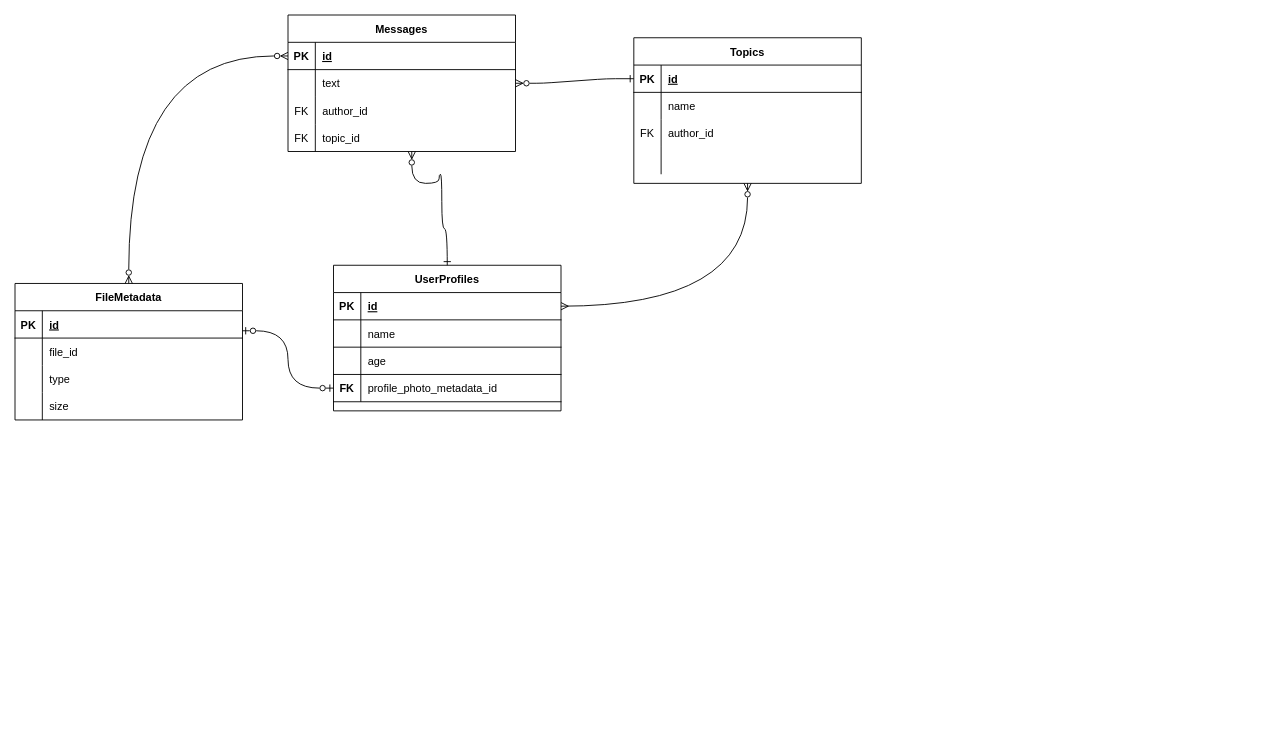
This is Forum.drawio from Roboskeletron/fourm-web-app, a draw.io file, before an edit. Source tidied: cells renumbered, new cells numbered last; positions are measured from the earlier drawing's top-left corner, leaving out a move shared by most shapes. Both pictures are drawn from the tidied source at 91%, with x=0, y=0 at pixel (15, 15).
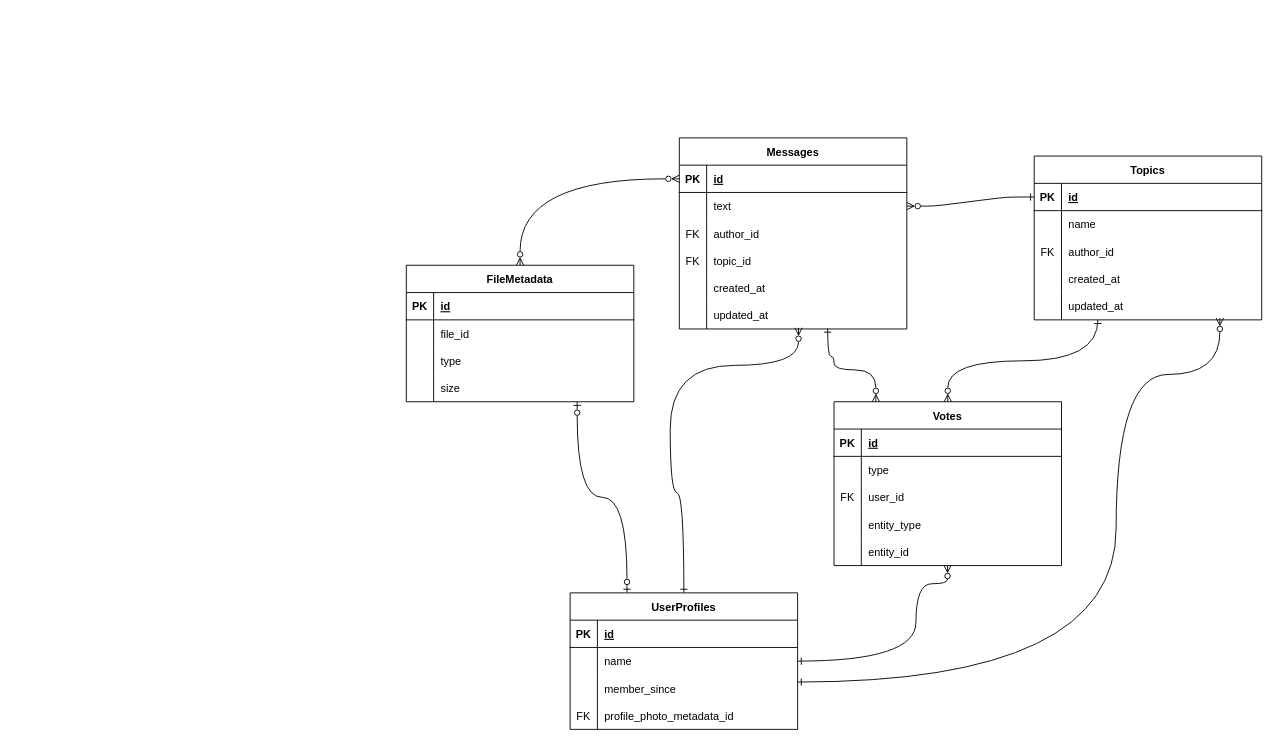
The same diagram, later.

Commit message:
ER diagram finished, Votes entity added

The change refers to these unchanged cells:
```xml
<mxCell id="12" style="shape=partialRectangle;fillColor=none;top=0;left=0;right=0;bottom=0;" parent="2" vertex="1">
  <mxGeometry y="120" width="250" height="30" as="geometry" />
</mxCell>
<mxCell id="25" style="shape=partialRectangle;fillColor=none;points=[[0,0.5],[1,0.5]];portConstraint=eastwest;top=0;left=0;right=0;bottom=0;" parent="15" vertex="1">
  <mxGeometry y="120" width="250" height="30" as="geometry" />
</mxCell>
<mxCell id="30" style="shape=partialRectangle;fillColor=none;points=[[0,0.5],[1,0.5]];portConstraint=eastwest;top=0;left=0;right=0;bottom=1;" parent="29" vertex="1">
  <mxGeometry y="30" width="250" height="30" as="geometry" />
</mxCell>
<mxCell id="39" style="shape=partialRectangle;fillColor=none;points=[[0,0.5],[1,0.5]];portConstraint=eastwest;top=0;left=0;right=0;bottom=0;" parent="29" vertex="1">
  <mxGeometry y="120" width="250" height="30" as="geometry" />
</mxCell>
```

Diff of the diagram source:
```diff
@@
     <mxCell id="2" value="Topics" style="shape=table;startSize=30;childLayout=tableLayout;rowLines=0;fontStyle=1;align=center;" parent="1" vertex="1">
-      <mxGeometry x="680" y="25" width="250" height="160" as="geometry" />
+      <mxGeometry x="1120" y="155" width="250" height="180" as="geometry" />
     </mxCell>
@@
-    <mxCell id="14" style="shape=partialRectangle;overflow=hidden;fillColor=none;top=0;left=0;bottom=0;right=0;align=left;spacingLeft=6;" parent="12" vertex="1">
+    <mxCell id="14" value="created_at" style="shape=partialRectangle;overflow=hidden;fillColor=none;top=0;left=0;bottom=0;right=0;align=left;spacingLeft=6;" parent="12" vertex="1">
       <mxGeometry x="30" width="220" height="30" as="geometry" />
     </mxCell>
+    <mxCell id="59" style="shape=partialRectangle;fillColor=none;points=[[0,0.5],[1,0.5]];portConstraint=eastwest;top=0;left=0;right=0;bottom=0;" parent="2" vertex="1">
+      <mxGeometry y="150" width="250" height="30" as="geometry" />
+    </mxCell>
+    <mxCell id="60" style="shape=partialRectangle;overflow=hidden;fillColor=none;top=0;left=0;bottom=0;right=0;" parent="59" vertex="1">
+      <mxGeometry width="30" height="30" as="geometry" />
+    </mxCell>
+    <mxCell id="61" value="updated_at" style="shape=partialRectangle;overflow=hidden;fillColor=none;top=0;left=0;bottom=0;right=0;align=left;spacingLeft=6;" parent="59" vertex="1">
+      <mxGeometry x="30" width="220" height="30" as="geometry" />
+    </mxCell>
     <mxCell id="15" value="Messages" style="shape=table;startSize=30;childLayout=tableLayout;rowLines=0;fontStyle=1;align=center;" parent="1" vertex="1">
-      <mxGeometry x="300" width="250" height="150" as="geometry" />
+      <mxGeometry x="730" y="135" width="250" height="210" as="geometry" />
     </mxCell>
@@
+    <mxCell id="62" style="shape=partialRectangle;fillColor=none;top=0;left=0;right=0;bottom=0;" parent="15" vertex="1">
+      <mxGeometry y="150" width="250" height="30" as="geometry" />
+    </mxCell>
+    <mxCell id="63" style="shape=partialRectangle;overflow=hidden;fillColor=none;top=0;left=0;bottom=0;right=0;" parent="62" vertex="1">
+      <mxGeometry width="30" height="30" as="geometry" />
+    </mxCell>
+    <mxCell id="64" value="created_at" style="shape=partialRectangle;overflow=hidden;fillColor=none;top=0;left=0;bottom=0;right=0;align=left;spacingLeft=6;" parent="62" vertex="1">
+      <mxGeometry x="30" width="220" height="30" as="geometry" />
+    </mxCell>
+    <mxCell id="65" style="shape=partialRectangle;fillColor=none;points=[[0,0.5],[1,0.5]];portConstraint=eastwest;top=0;left=0;right=0;bottom=0;" parent="15" vertex="1">
+      <mxGeometry y="180" width="250" height="30" as="geometry" />
+    </mxCell>
+    <mxCell id="66" style="shape=partialRectangle;overflow=hidden;fillColor=none;top=0;left=0;bottom=0;right=0;" parent="65" vertex="1">
+      <mxGeometry width="30" height="30" as="geometry" />
+    </mxCell>
+    <mxCell id="67" value="updated_at" style="shape=partialRectangle;overflow=hidden;fillColor=none;top=0;left=0;bottom=0;right=0;align=left;spacingLeft=6;" parent="65" vertex="1">
+      <mxGeometry x="30" width="220" height="30" as="geometry" />
+    </mxCell>
@@
     <mxCell id="29" value="FileMetadata" style="shape=table;startSize=30;childLayout=tableLayout;rowLines=0;fontStyle=1;align=center;" parent="1" vertex="1">
-      <mxGeometry y="295" width="250" height="150" as="geometry" />
+      <mxGeometry x="430" y="275" width="250" height="150" as="geometry" />
     </mxCell>
@@
-    <mxCell id="43" value="UserProfiles" style="shape=table;startSize=30;childLayout=tableLayout;rowLines=0;fontStyle=1;align=center;" parent="1" vertex="1">
-      <mxGeometry x="350" y="275" width="250" height="160" as="geometry" />
-    </mxCell>
-    <mxCell id="44" style="shape=partialRectangle;fillColor=none;points=[[0,0.5],[1,0.5]];portConstraint=eastwest;top=0;left=0;right=0;bottom=1;" parent="43" vertex="1">
-      <mxGeometry y="30" width="250" height="30" as="geometry" />
-    </mxCell>
-    <mxCell id="45" value="PK" style="shape=partialRectangle;overflow=hidden;fillColor=none;top=0;left=0;bottom=0;right=0;fontStyle=1;" parent="44" vertex="1">
-      <mxGeometry width="30" height="30" as="geometry" />
-    </mxCell>
-    <mxCell id="46" value="id" style="shape=partialRectangle;overflow=hidden;fillColor=none;top=0;left=0;bottom=0;right=0;align=left;spacingLeft=6;fontStyle=5;" parent="44" vertex="1">
-      <mxGeometry x="30" width="220" height="30" as="geometry" />
-    </mxCell>
-    <mxCell id="47" style="shape=partialRectangle;fillColor=none;top=0;left=0;right=0;bottom=1;" parent="43" vertex="1">
-      <mxGeometry y="60" width="250" height="30" as="geometry" />
-    </mxCell>
-    <mxCell id="48" style="shape=partialRectangle;overflow=hidden;fillColor=none;top=0;left=0;bottom=0;right=0;fontStyle=1;" parent="47" vertex="1">
-      <mxGeometry width="30" height="30" as="geometry" />
-    </mxCell>
-    <mxCell id="49" value="name" style="shape=partialRectangle;overflow=hidden;fillColor=none;top=0;left=0;bottom=0;right=0;align=left;spacingLeft=6;fontStyle=0;" parent="47" vertex="1">
-      <mxGeometry x="30" width="220" height="30" as="geometry" />
-    </mxCell>
-    <mxCell id="50" style="shape=partialRectangle;fillColor=none;top=0;left=0;right=0;bottom=1;" parent="43" vertex="1">
-      <mxGeometry y="90" width="250" height="30" as="geometry" />
-    </mxCell>
-    <mxCell id="51" style="shape=partialRectangle;overflow=hidden;fillColor=none;top=0;left=0;bottom=0;right=0;fontStyle=1;" parent="50" vertex="1">
-      <mxGeometry width="30" height="30" as="geometry" />
-    </mxCell>
-    <mxCell id="52" value="age" style="shape=partialRectangle;overflow=hidden;fillColor=none;top=0;left=0;bottom=0;right=0;align=left;spacingLeft=6;fontStyle=0;" parent="50" vertex="1">
-      <mxGeometry x="30" width="220" height="30" as="geometry" />
-    </mxCell>
-    <mxCell id="53" style="shape=partialRectangle;fillColor=none;points=[[0,0.5],[1,0.5]];portConstraint=eastwest;top=0;left=0;right=0;bottom=1;" parent="43" vertex="1">
-      <mxGeometry y="120" width="250" height="30" as="geometry" />
-    </mxCell>
-    <mxCell id="54" value="FK" style="shape=partialRectangle;overflow=hidden;fillColor=none;top=0;left=0;bottom=0;right=0;fontStyle=1;" parent="53" vertex="1">
-      <mxGeometry width="30" height="30" as="geometry" />
-    </mxCell>
-    <mxCell id="55" value="profile_photo_metadata_id" style="shape=partialRectangle;overflow=hidden;fillColor=none;top=0;left=0;bottom=0;right=0;align=left;spacingLeft=6;fontStyle=0;" parent="53" vertex="1">
-      <mxGeometry x="30" width="220" height="30" as="geometry" />
-    </mxCell>
-    <mxCell id="56" style="fontSize=12;html=1;endArrow=ERzeroToMany;startArrow=ERmany;rounded=0;entryX=0.5;entryY=1;entryDx=0;entryDy=0;exitX=1;exitY=0.5;exitDx=0;exitDy=0;startFill=0;endFill=0;edgeStyle=orthogonalEdgeStyle;curved=1;" parent="1" edge="1" source="44" target="2">
-      <mxGeometry relative="1" as="geometry" />
+    <mxCell id="56" style="fontSize=12;html=1;endArrow=ERzeroToMany;startArrow=ERone;rounded=0;exitX=1;exitY=0.267;exitDx=0;exitDy=0;startFill=0;endFill=0;edgeStyle=orthogonalEdgeStyle;curved=1;entryX=0.816;entryY=0.933;entryDx=0;entryDy=0;entryPerimeter=0;exitPerimeter=0;" parent="1" edge="1" source="73" target="59">
+      <mxGeometry relative="1" as="geometry">
+        <Array as="points">
+          <mxPoint x="1210" y="733" />
+          <mxPoint x="1210" y="395" />
+          <mxPoint x="1324" y="395" />
+        </Array>
+      </mxGeometry>
     </mxCell>
-    <mxCell id="57" style="fontSize=12;html=1;endArrow=ERzeroToOne;startArrow=ERzeroToOne;rounded=0;exitX=0.998;exitY=0.733;exitDx=0;exitDy=0;startFill=0;endFill=0;edgeStyle=orthogonalEdgeStyle;curved=1;exitPerimeter=0;entryX=0;entryY=0.5;entryDx=0;entryDy=0;" parent="1" edge="1" source="30" target="53">
+    <mxCell id="57" style="fontSize=12;html=1;endArrow=ERzeroToOne;startArrow=ERzeroToOne;rounded=0;exitX=0.751;exitY=1;exitDx=0;exitDy=0;startFill=0;endFill=0;edgeStyle=orthogonalEdgeStyle;curved=1;exitPerimeter=0;entryX=0.25;entryY=0;entryDx=0;entryDy=0;" parent="1" edge="1" source="39" target="43">
       <mxGeometry relative="1" as="geometry" />
     </mxCell>
-    <mxCell id="58" style="fontSize=12;html=1;endArrow=ERzeroToMany;startArrow=ERone;rounded=0;exitX=0.5;exitY=0;exitDx=0;exitDy=0;startFill=0;endFill=0;edgeStyle=orthogonalEdgeStyle;curved=1;entryX=0.544;entryY=1;entryDx=0;entryDy=0;entryPerimeter=0;" parent="1" edge="1" source="43" target="25">
+    <mxCell id="58" style="fontSize=12;html=1;endArrow=ERzeroToMany;startArrow=ERone;rounded=0;exitX=0.5;exitY=0;exitDx=0;exitDy=0;startFill=0;endFill=0;edgeStyle=orthogonalEdgeStyle;curved=1;entryX=0.524;entryY=0.956;entryDx=0;entryDy=0;entryPerimeter=0;" parent="1" edge="1" source="43" target="65">
       <mxGeometry relative="1" as="geometry">
         <Array as="points">
-          <mxPoint x="475" y="235" />
-          <mxPoint x="469" y="235" />
-          <mxPoint x="469" y="175" />
-          <mxPoint x="466" y="175" />
-          <mxPoint x="466" y="185" />
+          <mxPoint x="720" y="525" />
+          <mxPoint x="720" y="385" />
+          <mxPoint x="861" y="385" />
         </Array>
       </mxGeometry>
     </mxCell>
+    <mxCell id="43" value="UserProfiles" style="shape=table;startSize=30;childLayout=tableLayout;rowLines=0;fontStyle=1;align=center;" parent="1" vertex="1">
+      <mxGeometry x="610" y="635" width="250" height="150" as="geometry" />
+    </mxCell>
+    <mxCell id="68" style="shape=partialRectangle;fillColor=none;top=0;left=0;right=0;bottom=1;" parent="43" vertex="1">
+      <mxGeometry y="30" width="250" height="30" as="geometry" />
+    </mxCell>
+    <mxCell id="69" value="PK" style="shape=partialRectangle;overflow=hidden;fillColor=none;top=0;left=0;bottom=0;right=0;fontStyle=1;" parent="68" vertex="1">
+      <mxGeometry width="30" height="30" as="geometry" />
+    </mxCell>
+    <mxCell id="70" value="id" style="shape=partialRectangle;overflow=hidden;fillColor=none;top=0;left=0;bottom=0;right=0;align=left;spacingLeft=6;fontStyle=5;" parent="68" vertex="1">
+      <mxGeometry x="30" width="220" height="30" as="geometry" />
+    </mxCell>
+    <mxCell id="71" style="shape=partialRectangle;fillColor=none;points=[[0,0.5],[1,0.5]];portConstraint=eastwest;top=0;left=0;right=0;bottom=0;" parent="43" vertex="1">
+      <mxGeometry y="60" width="250" height="30" as="geometry" />
+    </mxCell>
+    <mxCell id="72" style="shape=partialRectangle;overflow=hidden;fillColor=none;top=0;left=0;bottom=0;right=0;" parent="71" vertex="1">
+      <mxGeometry width="30" height="30" as="geometry" />
+    </mxCell>
+    <mxCell id="49" value="name" style="shape=partialRectangle;overflow=hidden;fillColor=none;top=0;left=0;bottom=0;right=0;align=left;spacingLeft=6;" parent="71" vertex="1">
+      <mxGeometry x="30" width="220" height="30" as="geometry" />
+    </mxCell>
+    <mxCell id="73" style="shape=partialRectangle;fillColor=none;points=[[0,0.5],[1,0.5]];portConstraint=eastwest;top=0;left=0;right=0;bottom=0;" parent="43" vertex="1">
+      <mxGeometry y="90" width="250" height="30" as="geometry" />
+    </mxCell>
+    <mxCell id="74" style="shape=partialRectangle;overflow=hidden;fillColor=none;top=0;left=0;bottom=0;right=0;" parent="73" vertex="1">
+      <mxGeometry width="30" height="30" as="geometry" />
+    </mxCell>
+    <mxCell id="75" value="member_since" style="shape=partialRectangle;overflow=hidden;fillColor=none;top=0;left=0;bottom=0;right=0;align=left;spacingLeft=6;" parent="73" vertex="1">
+      <mxGeometry x="30" width="220" height="30" as="geometry" />
+    </mxCell>
+    <mxCell id="76" style="shape=partialRectangle;fillColor=none;top=0;left=0;right=0;bottom=0;" parent="43" vertex="1">
+      <mxGeometry y="120" width="250" height="30" as="geometry" />
+    </mxCell>
+    <mxCell id="77" value="FK" style="shape=partialRectangle;overflow=hidden;fillColor=none;top=0;left=0;bottom=0;right=0;" parent="76" vertex="1">
+      <mxGeometry width="30" height="30" as="geometry" />
+    </mxCell>
+    <mxCell id="55" value="profile_photo_metadata_id" style="shape=partialRectangle;overflow=hidden;fillColor=none;top=0;left=0;bottom=0;right=0;align=left;spacingLeft=6;" parent="76" vertex="1">
+      <mxGeometry x="30" width="220" height="30" as="geometry" />
+    </mxCell>
+    <mxCell id="78" value="Votes" style="shape=table;startSize=30;childLayout=tableLayout;rowLines=0;fontStyle=1;align=center;" parent="1" vertex="1">
+      <mxGeometry x="900" y="425" width="250" height="180" as="geometry" />
+    </mxCell>
+    <mxCell id="79" style="shape=partialRectangle;fillColor=none;top=0;left=0;right=0;bottom=1;" parent="78" vertex="1">
+      <mxGeometry y="30" width="250" height="30" as="geometry" />
+    </mxCell>
+    <mxCell id="80" value="PK" style="shape=partialRectangle;overflow=hidden;fillColor=none;top=0;left=0;bottom=0;right=0;fontStyle=1;" parent="79" vertex="1">
+      <mxGeometry width="30" height="30" as="geometry" />
+    </mxCell>
+    <mxCell id="81" value="id" style="shape=partialRectangle;overflow=hidden;fillColor=none;top=0;left=0;bottom=0;right=0;align=left;spacingLeft=6;fontStyle=5;" parent="79" vertex="1">
+      <mxGeometry x="30" width="220" height="30" as="geometry" />
+    </mxCell>
+    <mxCell id="82" style="shape=partialRectangle;fillColor=none;top=0;left=0;right=0;bottom=0;" parent="78" vertex="1">
+      <mxGeometry y="60" width="250" height="30" as="geometry" />
+    </mxCell>
+    <mxCell id="83" style="shape=partialRectangle;overflow=hidden;fillColor=none;top=0;left=0;bottom=0;right=0;" parent="82" vertex="1">
+      <mxGeometry width="30" height="30" as="geometry" />
+    </mxCell>
+    <mxCell id="84" value="type" style="shape=partialRectangle;overflow=hidden;fillColor=none;top=0;left=0;bottom=0;right=0;align=left;spacingLeft=6;" parent="82" vertex="1">
+      <mxGeometry x="30" width="220" height="30" as="geometry" />
+    </mxCell>
+    <mxCell id="85" style="shape=partialRectangle;fillColor=none;top=0;left=0;right=0;bottom=0;" parent="78" vertex="1">
+      <mxGeometry y="90" width="250" height="30" as="geometry" />
+    </mxCell>
+    <mxCell id="86" value="FK" style="shape=partialRectangle;overflow=hidden;fillColor=none;top=0;left=0;bottom=0;right=0;" parent="85" vertex="1">
+      <mxGeometry width="30" height="30" as="geometry" />
+    </mxCell>
+    <mxCell id="87" value="user_id" style="shape=partialRectangle;overflow=hidden;fillColor=none;top=0;left=0;bottom=0;right=0;align=left;spacingLeft=6;" parent="85" vertex="1">
+      <mxGeometry x="30" width="220" height="30" as="geometry" />
+    </mxCell>
+    <mxCell id="88" style="shape=partialRectangle;fillColor=none;top=0;left=0;right=0;bottom=0;" parent="78" vertex="1">
+      <mxGeometry y="120" width="250" height="30" as="geometry" />
+    </mxCell>
+    <mxCell id="89" style="shape=partialRectangle;overflow=hidden;fillColor=none;top=0;left=0;bottom=0;right=0;" parent="88" vertex="1">
+      <mxGeometry width="30" height="30" as="geometry" />
+    </mxCell>
+    <mxCell id="90" value="entity_type" style="shape=partialRectangle;overflow=hidden;fillColor=none;top=0;left=0;bottom=0;right=0;align=left;spacingLeft=6;" parent="88" vertex="1">
+      <mxGeometry x="30" width="220" height="30" as="geometry" />
+    </mxCell>
+    <mxCell id="91" style="shape=partialRectangle;fillColor=none;points=[[0,0.5],[1,0.5]];portConstraint=eastwest;top=0;left=0;right=0;bottom=0;" parent="78" vertex="1">
+      <mxGeometry y="150" width="250" height="30" as="geometry" />
+    </mxCell>
+    <mxCell id="92" style="shape=partialRectangle;overflow=hidden;fillColor=none;top=0;left=0;bottom=0;right=0;" parent="91" vertex="1">
+      <mxGeometry width="30" height="30" as="geometry" />
+    </mxCell>
+    <mxCell id="93" value="entity_id" style="shape=partialRectangle;overflow=hidden;fillColor=none;top=0;left=0;bottom=0;right=0;align=left;spacingLeft=6;" parent="91" vertex="1">
+      <mxGeometry x="30" width="220" height="30" as="geometry" />
+    </mxCell>
+    <mxCell id="94" style="edgeStyle=orthogonalEdgeStyle;endArrow=ERone;startArrow=ERzeroToMany;endFill=0;startFill=0;curved=1;entryX=0.28;entryY=1;entryDx=0;entryDy=0;entryPerimeter=0;" parent="1" edge="1" source="78" target="59">
+      <mxGeometry relative="1" as="geometry" />
+    </mxCell>
+    <mxCell id="95" style="edgeStyle=orthogonalEdgeStyle;endArrow=ERone;startArrow=ERzeroToMany;endFill=0;startFill=0;exitX=0.499;exitY=0.982;exitDx=0;exitDy=0;exitPerimeter=0;entryX=1;entryY=0.5;entryDx=0;entryDy=0;curved=1;" parent="1" edge="1" source="91" target="71">
+      <mxGeometry relative="1" as="geometry">
+        <Array as="points">
+          <mxPoint x="1025" y="625" />
+          <mxPoint x="990" y="625" />
+          <mxPoint x="990" y="710" />
+        </Array>
+      </mxGeometry>
+    </mxCell>
+    <mxCell id="96" style="edgeStyle=orthogonalEdgeStyle;endArrow=ERone;startArrow=ERzeroToMany;endFill=0;startFill=0;curved=1;exitX=0.184;exitY=0;exitDx=0;exitDy=0;exitPerimeter=0;entryX=0.652;entryY=0.983;entryDx=0;entryDy=0;entryPerimeter=0;" parent="1" edge="1" source="78" target="65">
+      <mxGeometry relative="1" as="geometry">
+        <Array as="points">
+          <mxPoint x="946" y="390" />
+          <mxPoint x="900" y="390" />
+          <mxPoint x="900" y="375" />
+          <mxPoint x="893" y="375" />
+        </Array>
+      </mxGeometry>
+    </mxCell>
```
